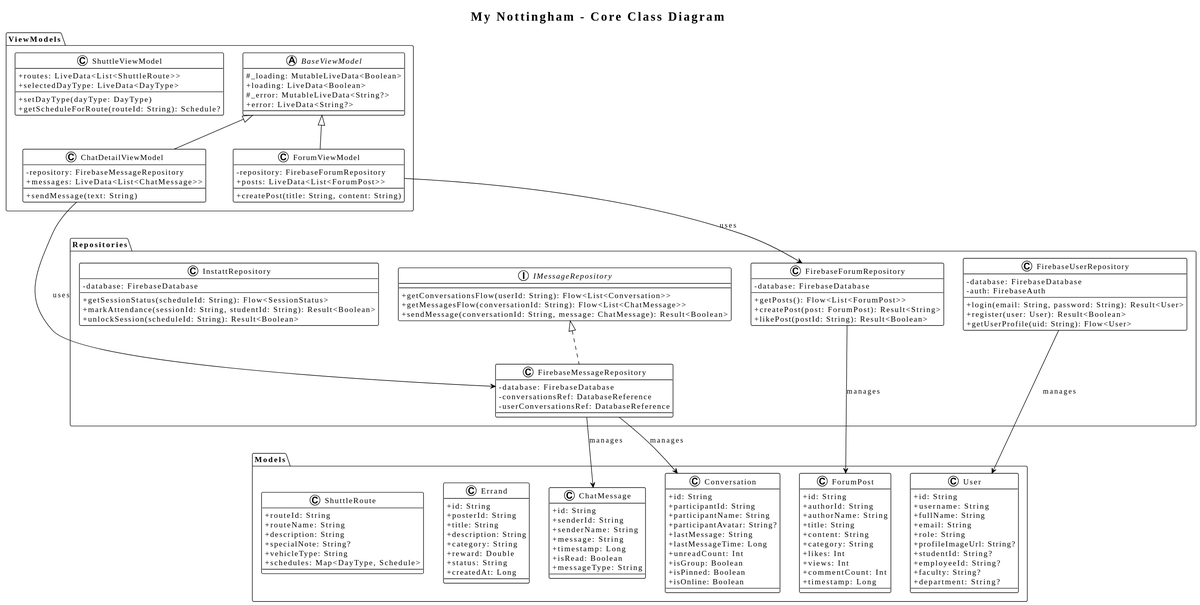
Above: docs/uml/Class Diagram.svg in COMP3040-2025-2026/cw-2-group-b (PlantUML), before the change.
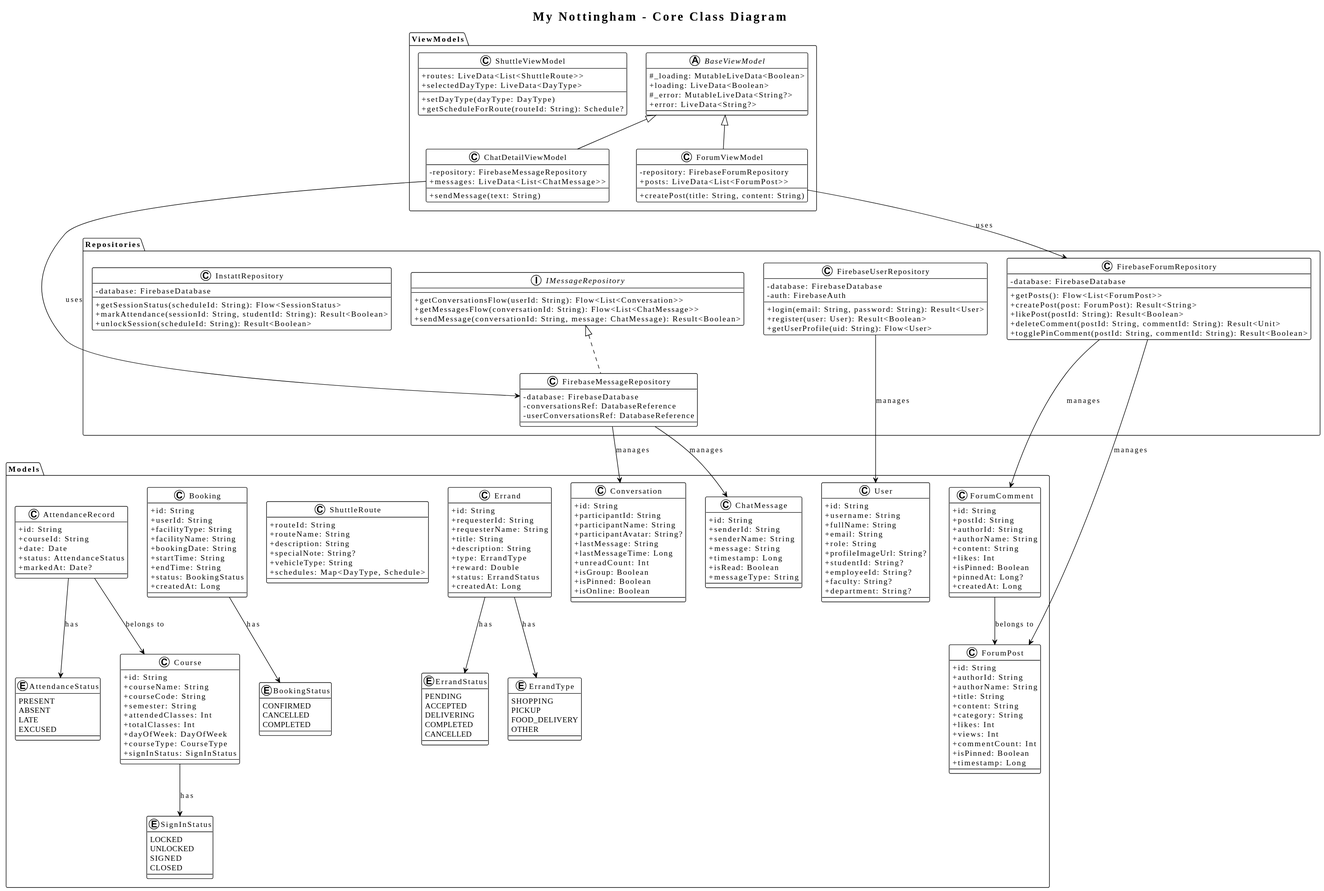
The same diagram one commit later.

Commit message:
docs: Update class diagram and fix LaTeX Kotlin language error

Diff of the diagram source:
```diff
@@ -51,17 +51,31 @@
         +likes: Int
         +views: Int
         +commentCount: Int
+        +isPinned: Boolean
         +timestamp: Long
+    }
+
+    class ForumComment {
+        +id: String
+        +postId: String
+        +authorId: String
+        +authorName: String
+        +content: String
+        +likes: Int
+        +isPinned: Boolean
+        +pinnedAt: Long?
+        +createdAt: Long
     }
 
     class Errand {
         +id: String
-        +posterId: String
+        +requesterId: String
+        +requesterName: String
         +title: String
         +description: String
-        +category: String
+        +type: ErrandType
         +reward: Double
-        +status: String
+        +status: ErrandStatus
         +createdAt: Long
     }
 
@@ -72,6 +86,73 @@
         +specialNote: String?
         +vehicleType: String
         +schedules: Map<DayType, Schedule>
+    }
+
+    class Booking {
+        +id: String
+        +userId: String
+        +facilityType: String
+        +facilityName: String
+        +bookingDate: String
+        +startTime: String
+        +endTime: String
+        +status: BookingStatus
+        +createdAt: Long
+    }
+
+    class Course {
+        +id: String
+        +courseName: String
+        +courseCode: String
+        +semester: String
+        +attendedClasses: Int
+        +totalClasses: Int
+        +dayOfWeek: DayOfWeek
+        +courseType: CourseType
+        +signInStatus: SignInStatus
+    }
+
+    class AttendanceRecord {
+        +id: String
+        +courseId: String
+        +date: Date
+        +status: AttendanceStatus
+        +markedAt: Date?
+    }
+
+    enum BookingStatus {
+        CONFIRMED
+        CANCELLED
+        COMPLETED
+    }
+
+    enum ErrandType {
+        SHOPPING
+        PICKUP
+        FOOD_DELIVERY
+        OTHER
+    }
+
+    enum ErrandStatus {
+        PENDING
+        ACCEPTED
+        DELIVERING
+        COMPLETED
+        CANCELLED
+    }
+
+    enum AttendanceStatus {
+        PRESENT
+        ABSENT
+        LATE
+        EXCUSED
+    }
+
+    enum SignInStatus {
+        LOCKED
+        UNLOCKED
+        SIGNED
+        CLOSED
     }
 }
 
@@ -101,6 +182,8 @@
         +getPosts(): Flow<List<ForumPost>>
         +createPost(post: ForumPost): Result<String>
         +likePost(postId: String): Result<Boolean>
+        +deleteComment(postId: String, commentId: String): Result<Unit>
+        +togglePinComment(postId: String, commentId: String): Result<Boolean>
     }
 
     class InstattRepository {
@@ -145,4 +228,13 @@
 FirebaseMessageRepository --> ChatMessage : manages
 FirebaseUserRepository --> User : manages
 FirebaseForumRepository --> ForumPost : manages
+FirebaseForumRepository --> ForumComment : manages
+ForumComment --> ForumPost : belongs to
+
+Booking --> BookingStatus : has
+Errand --> ErrandType : has
+Errand --> ErrandStatus : has
+Course --> SignInStatus : has
+AttendanceRecord --> AttendanceStatus : has
+AttendanceRecord --> Course : belongs to
 @enduml
```
